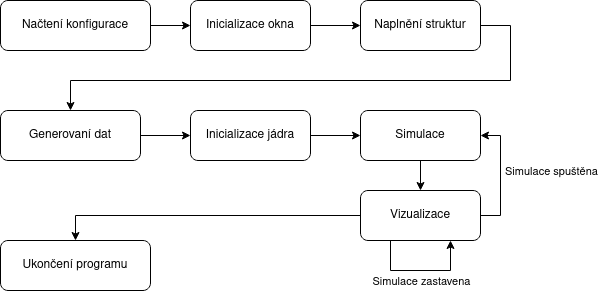
This is obrazky-figures/Simple.png from Nirvanios/Master-Thesis-doc, a draw.io export, as it was before one commit. Source tidied: cells renumbered, new cells last; positions are measured from the earlier drawing's top-left corner, leaving out a move shared by most shapes. Source of this version:
```xml
<mxGraphModel>
  <root>
    <mxCell id="0" />
    <mxCell id="1" parent="0" />
    <mxCell id="2" style="edgeStyle=orthogonalEdgeStyle;rounded=0;jettySize=auto;html=1;" parent="1" edge="1" source="3" target="13">
      <mxGeometry relative="1" as="geometry" />
    </mxCell>
    <mxCell id="3" value="Načtení konfigurace" style="rounded=1;whiteSpace=wrap;html=1;" parent="1" vertex="1">
      <mxGeometry width="150" height="50" as="geometry" />
    </mxCell>
    <mxCell id="4" style="edgeStyle=orthogonalEdgeStyle;rounded=0;jettySize=auto;html=1;entryX=0.5;entryY=0;entryDx=0;entryDy=0;" parent="1" edge="1" source="5" target="7">
      <mxGeometry relative="1" as="geometry">
        <Array as="points">
          <mxPoint x="510" y="25" />
          <mxPoint x="510" y="80" />
          <mxPoint x="70" y="80" />
        </Array>
      </mxGeometry>
    </mxCell>
    <mxCell id="5" value="Naplnění struktur" style="rounded=1;whiteSpace=wrap;html=1;" parent="1" vertex="1">
      <mxGeometry x="360" width="120" height="50" as="geometry" />
    </mxCell>
    <mxCell id="6" style="edgeStyle=orthogonalEdgeStyle;rounded=0;jettySize=auto;html=1;entryX=0;entryY=0.5;entryDx=0;entryDy=0;" parent="1" edge="1" source="7" target="9">
      <mxGeometry relative="1" as="geometry" />
    </mxCell>
    <mxCell id="7" value="Generovaní dat" style="rounded=1;whiteSpace=wrap;html=1;" parent="1" vertex="1">
      <mxGeometry y="110" width="140" height="50" as="geometry" />
    </mxCell>
    <mxCell id="8" style="edgeStyle=orthogonalEdgeStyle;rounded=0;jettySize=auto;html=1;entryX=0;entryY=0.5;entryDx=0;entryDy=0;" parent="1" edge="1" source="9" target="11">
      <mxGeometry relative="1" as="geometry" />
    </mxCell>
    <mxCell id="9" value="Inicializace jádra" style="rounded=1;whiteSpace=wrap;html=1;" parent="1" vertex="1">
      <mxGeometry x="190" y="110" width="120" height="50" as="geometry" />
    </mxCell>
    <mxCell id="10" style="edgeStyle=orthogonalEdgeStyle;rounded=0;jettySize=auto;html=1;entryX=0.5;entryY=0;entryDx=0;entryDy=0;" parent="1" edge="1" source="11" target="18">
      <mxGeometry relative="1" as="geometry" />
    </mxCell>
    <mxCell id="11" value="Simulace" style="rounded=1;whiteSpace=wrap;html=1;" parent="1" vertex="1">
      <mxGeometry x="360" y="110" width="120" height="50" as="geometry" />
    </mxCell>
    <mxCell id="12" style="edgeStyle=orthogonalEdgeStyle;rounded=0;jettySize=auto;html=1;entryX=0;entryY=0.5;entryDx=0;entryDy=0;" parent="1" edge="1" source="13" target="5">
      <mxGeometry relative="1" as="geometry" />
    </mxCell>
    <mxCell id="13" value="Inicializace okna" style="rounded=1;whiteSpace=wrap;html=1;" parent="1" vertex="1">
      <mxGeometry x="190" width="120" height="50" as="geometry" />
    </mxCell>
    <mxCell id="14" value="Ukončení programu" style="rounded=1;whiteSpace=wrap;html=1;" parent="1" vertex="1">
      <mxGeometry y="240" width="150" height="50" as="geometry" />
    </mxCell>
    <mxCell id="15" style="edgeStyle=orthogonalEdgeStyle;rounded=0;jettySize=auto;html=1;entryX=1;entryY=0.5;entryDx=0;entryDy=0;" parent="1" edge="1" source="18" target="11">
      <mxGeometry relative="1" as="geometry">
        <Array as="points">
          <mxPoint x="500" y="215" />
          <mxPoint x="500" y="135" />
        </Array>
      </mxGeometry>
    </mxCell>
    <mxCell id="16" value="Simulace spuštěna" style="edgeLabel;html=1;align=center;verticalAlign=middle;" parent="15" vertex="1">
      <mxGeometry x="0.28" relative="1" as="geometry">
        <mxPoint x="50" y="12" as="offset" />
      </mxGeometry>
    </mxCell>
    <mxCell id="17" style="edgeStyle=orthogonalEdgeStyle;rounded=0;jettySize=auto;html=1;entryX=0.5;entryY=0;entryDx=0;entryDy=0;" parent="1" edge="1" source="18" target="14">
      <mxGeometry relative="1" as="geometry" />
    </mxCell>
    <mxCell id="18" value="Vizualizace" style="rounded=1;whiteSpace=wrap;html=1;" parent="1" vertex="1">
      <mxGeometry x="360" y="190" width="120" height="50" as="geometry" />
    </mxCell>
    <mxCell id="19" style="edgeStyle=orthogonalEdgeStyle;rounded=0;orthogonalLoop=1;jettySize=auto;html=1;exitX=0.25;exitY=1;exitDx=0;exitDy=0;entryX=0.75;entryY=1;entryDx=0;entryDy=0;" parent="1" edge="1" source="18" target="18">
      <mxGeometry relative="1" as="geometry">
        <Array as="points">
          <mxPoint x="390" y="270" />
          <mxPoint x="450" y="270" />
        </Array>
      </mxGeometry>
    </mxCell>
    <mxCell id="20" value="&lt;div&gt;Simulace zastavena&lt;/div&gt;" style="edgeLabel;html=1;align=center;verticalAlign=middle;" parent="19" vertex="1">
      <mxGeometry x="0.2" relative="1" as="geometry">
        <mxPoint x="-12" y="10" as="offset" />
      </mxGeometry>
    </mxCell>
  </root>
</mxGraphModel>
```
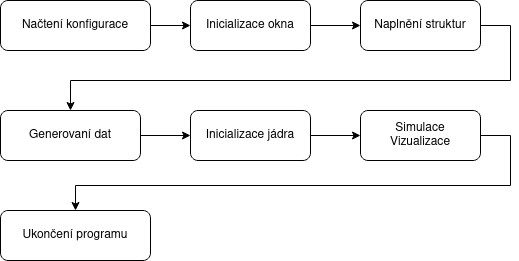
Later version of the same file.

Diff of the diagram source:
```diff
@@ -32,10 +32,7 @@
     <mxCell id="9" value="Inicializace jádra" style="rounded=1;whiteSpace=wrap;html=1;" parent="1" vertex="1">
       <mxGeometry x="190" y="110" width="120" height="50" as="geometry" />
     </mxCell>
-    <mxCell id="10" style="edgeStyle=orthogonalEdgeStyle;rounded=0;jettySize=auto;html=1;entryX=0.5;entryY=0;entryDx=0;entryDy=0;" parent="1" edge="1" source="11" target="18">
-      <mxGeometry relative="1" as="geometry" />
-    </mxCell>
-    <mxCell id="11" value="Simulace" style="rounded=1;whiteSpace=wrap;html=1;" parent="1" vertex="1">
+    <mxCell id="11" value="&lt;div&gt;Simulace&lt;/div&gt;&lt;div&gt;Vizualizace&lt;/div&gt;" style="rounded=1;whiteSpace=wrap;html=1;" parent="1" vertex="1">
       <mxGeometry x="360" y="110" width="120" height="50" as="geometry" />
     </mxCell>
     <mxCell id="12" style="edgeStyle=orthogonalEdgeStyle;rounded=0;jettySize=auto;html=1;entryX=0;entryY=0.5;entryDx=0;entryDy=0;" parent="1" edge="1" source="13" target="5">
@@ -45,39 +42,16 @@
       <mxGeometry x="190" width="120" height="50" as="geometry" />
     </mxCell>
     <mxCell id="14" value="Ukončení programu" style="rounded=1;whiteSpace=wrap;html=1;" parent="1" vertex="1">
-      <mxGeometry y="240" width="150" height="50" as="geometry" />
+      <mxGeometry y="210" width="150" height="50" as="geometry" />
     </mxCell>
-    <mxCell id="15" style="edgeStyle=orthogonalEdgeStyle;rounded=0;jettySize=auto;html=1;entryX=1;entryY=0.5;entryDx=0;entryDy=0;" parent="1" edge="1" source="18" target="11">
-      <mxGeometry relative="1" as="geometry">
-        <Array as="points">
-          <mxPoint x="500" y="215" />
-          <mxPoint x="500" y="135" />
-        </Array>
-      </mxGeometry>
-    </mxCell>
-    <mxCell id="16" value="Simulace spuštěna" style="edgeLabel;html=1;align=center;verticalAlign=middle;" parent="15" vertex="1">
-      <mxGeometry x="0.28" relative="1" as="geometry">
-        <mxPoint x="50" y="12" as="offset" />
-      </mxGeometry>
-    </mxCell>
-    <mxCell id="17" style="edgeStyle=orthogonalEdgeStyle;rounded=0;jettySize=auto;html=1;entryX=0.5;entryY=0;entryDx=0;entryDy=0;" parent="1" edge="1" source="18" target="14">
-      <mxGeometry relative="1" as="geometry" />
+    <mxCell id="17" style="edgeStyle=orthogonalEdgeStyle;rounded=0;jettySize=auto;html=1;entryX=0.5;entryY=0;entryDx=0;entryDy=0;exitX=1;exitY=0.5;exitDx=0;exitDy=0;" parent="1" edge="1" source="11" target="14">
+      <mxGeometry relative="1" as="geometry">
+        <Array as="points">
+          <mxPoint x="510" y="135" />
+          <mxPoint x="510" y="185" />
+          <mxPoint x="75" y="185" />
+        </Array>
+      </mxGeometry>
     </mxCell>
-    <mxCell id="18" value="Vizualizace" style="rounded=1;whiteSpace=wrap;html=1;" parent="1" vertex="1">
-      <mxGeometry x="360" y="190" width="120" height="50" as="geometry" />
-    </mxCell>
-    <mxCell id="19" style="edgeStyle=orthogonalEdgeStyle;rounded=0;orthogonalLoop=1;jettySize=auto;html=1;exitX=0.25;exitY=1;exitDx=0;exitDy=0;entryX=0.75;entryY=1;entryDx=0;entryDy=0;" parent="1" edge="1" source="18" target="18">
-      <mxGeometry relative="1" as="geometry">
-        <Array as="points">
-          <mxPoint x="390" y="270" />
-          <mxPoint x="450" y="270" />
-        </Array>
-      </mxGeometry>
-    </mxCell>
-    <mxCell id="20" value="&lt;div&gt;Simulace zastavena&lt;/div&gt;" style="edgeLabel;html=1;align=center;verticalAlign=middle;" parent="19" vertex="1">
-      <mxGeometry x="0.2" relative="1" as="geometry">
-        <mxPoint x="-12" y="10" as="offset" />
-      </mxGeometry>
-    </mxCell>
   </root>
 </mxGraphModel>
```
